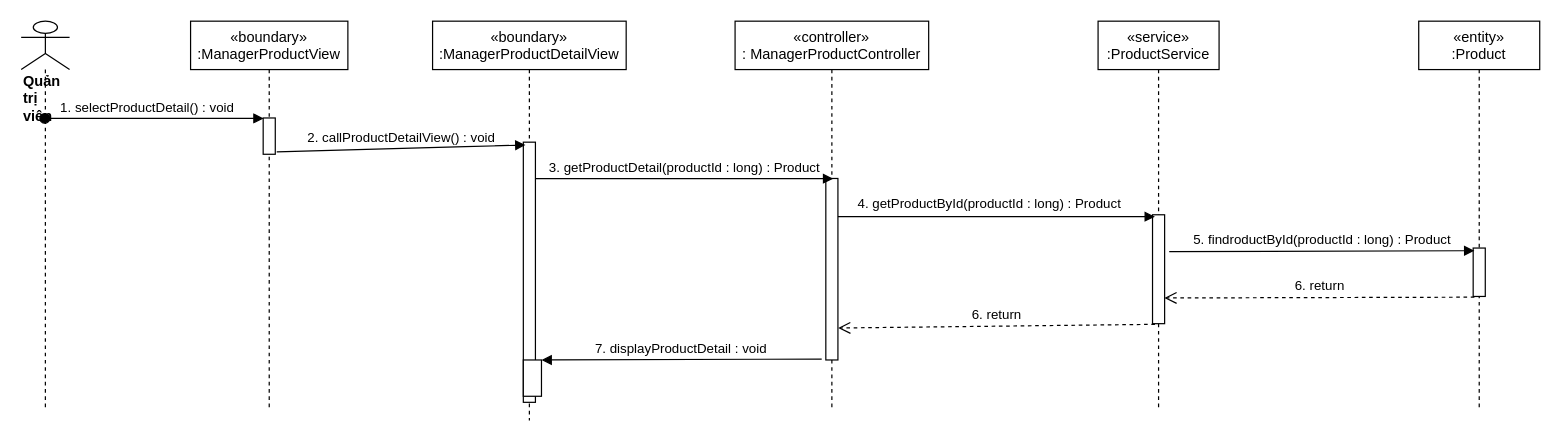
nguyenphamvan/datn_20202 keeps this draw.io diagram as sequence diagram/view-ProductDetail-manager-sequence.drawio. Above is the earlier version. Source tidied: cells renumbered, new cells numbered last; positions are measured from the earlier drawing's top-left corner, leaving out a move shared by most shapes. Both pictures are drawn from the tidied source at 121%, with x=0, y=0 at pixel (21, 21).
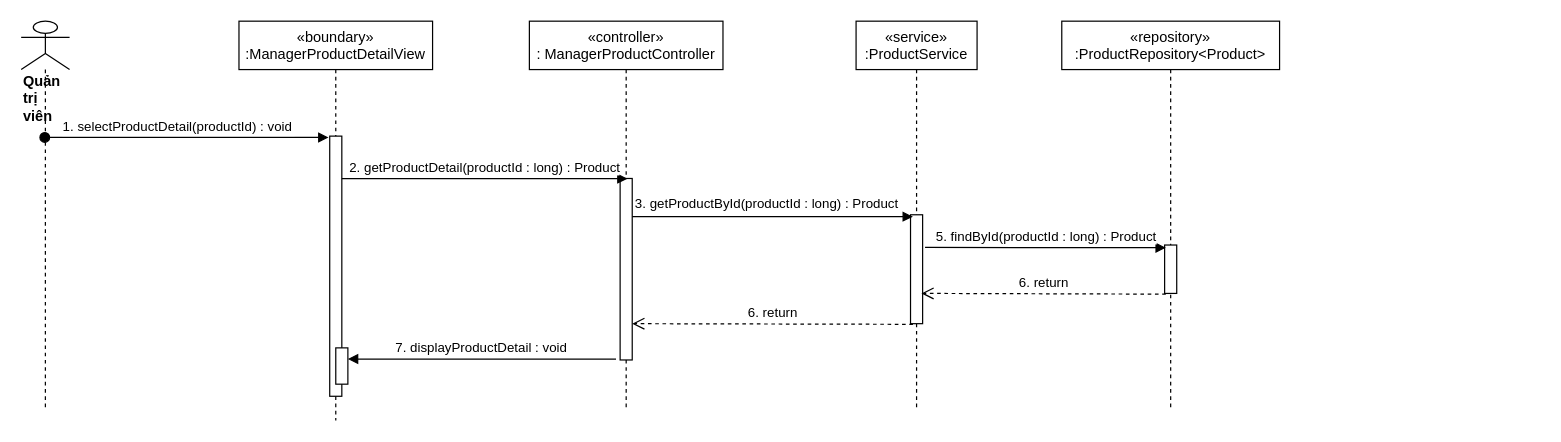
The same page after the edit.

The change refers to these unchanged cells:
```xml
<mxCell id="6" style="points=[];perimeter=orthogonalPerimeter;rounded=0;shadow=0;strokeWidth=1;" parent="5" vertex="1">
  <mxGeometry x="75" y="130" width="10" height="150" as="geometry" />
</mxCell>
<mxCell id="7" value="&lt;div&gt;&lt;b&gt;Quản trị viên&lt;/b&gt;&lt;/div&gt;" style="shape=umlLifeline;participant=umlActor;perimeter=lifelinePerimeter;whiteSpace=wrap;html=1;verticalAlign=top;spacingTop=36;outlineConnect=0;align=left;size=40;" parent="1" vertex="1">
  <mxGeometry width="40" height="320" as="geometry" />
</mxCell>
<mxCell id="10" style="points=[];perimeter=orthogonalPerimeter;rounded=0;shadow=0;strokeWidth=1;" parent="9" vertex="1">
  <mxGeometry x="45" y="160" width="10" height="90" as="geometry" />
</mxCell>
<mxCell id="12" style="html=1;verticalAlign=bottom;endArrow=block;entryX=0.2;entryY=0.017;entryDx=0;entryDy=0;entryPerimeter=0;" parent="1" edge="1" source="6" target="10">
  <mxGeometry relative="1" as="geometry" />
</mxCell>
```

What changed in the source:
```diff
@@
     <mxCell id="2" value="«boundary»&#10;:ManagerProductDetailView" style="shape=umlLifeline;perimeter=lifelinePerimeter;rounded=0;shadow=0;strokeWidth=1;" parent="1" vertex="1">
-      <mxGeometry x="340" width="160" height="330" as="geometry" />
+      <mxGeometry x="180" width="160" height="330" as="geometry" />
     </mxCell>
     <mxCell id="3" style="points=[];perimeter=orthogonalPerimeter;rounded=0;shadow=0;strokeWidth=1;" parent="2" vertex="1">
-      <mxGeometry x="75" y="100" width="10" height="215" as="geometry" />
+      <mxGeometry x="75" y="95" width="10" height="215" as="geometry" />
     </mxCell>
     <mxCell id="4" style="html=1;points=[];perimeter=orthogonalPerimeter;" parent="2" vertex="1">
-      <mxGeometry x="75" y="280" width="15" height="30" as="geometry" />
+      <mxGeometry x="80" y="270" width="10" height="30" as="geometry" />
     </mxCell>
     <mxCell id="5" value="«controller»&#10;: ManagerProductController" style="shape=umlLifeline;perimeter=lifelinePerimeter;rounded=0;shadow=0;strokeWidth=1;" parent="1" vertex="1">
-      <mxGeometry x="590" width="160" height="320" as="geometry" />
+      <mxGeometry x="420" width="160" height="320" as="geometry" />
     </mxCell>
@@
-    <mxCell id="8" value="1. selectProductDetail() : void" style="verticalAlign=bottom;startArrow=oval;endArrow=block;startSize=8;shadow=0;strokeWidth=1;entryX=0.04;entryY=0.012;entryDx=0;entryDy=0;entryPerimeter=0;" parent="1" edge="1" source="7" target="21">
+    <mxCell id="8" value="1. selectProductDetail(productId) : void" style="verticalAlign=bottom;startArrow=oval;endArrow=block;startSize=8;shadow=0;strokeWidth=1;entryX=-0.1;entryY=0.005;entryDx=0;entryDy=0;entryPerimeter=0;" parent="1" edge="1" source="7" target="3">
       <mxGeometry x="-0.06" relative="1" as="geometry" />
     </mxCell>
     <mxCell id="9" value="«service»&#10;:ProductService" style="shape=umlLifeline;perimeter=lifelinePerimeter;rounded=0;shadow=0;strokeWidth=1;" parent="1" vertex="1">
-      <mxGeometry x="890" width="100" height="320" as="geometry" />
+      <mxGeometry x="690" width="100" height="320" as="geometry" />
     </mxCell>
@@
-    <mxCell id="11" value="3. getProductDetail(productId : long) : Product" style="html=1;verticalAlign=bottom;endArrow=block;entryX=0.617;entryY=0.001;entryDx=0;entryDy=0;entryPerimeter=0;" parent="1" edge="1" source="3" target="6">
+    <mxCell id="11" value="2. getProductDetail(productId : long) : Product" style="html=1;verticalAlign=bottom;endArrow=block;entryX=0.617;entryY=0.001;entryDx=0;entryDy=0;entryPerimeter=0;" parent="1" edge="1" source="3" target="6">
       <mxGeometry relative="1" as="geometry" />
     </mxCell>
@@
-    <mxCell id="13" value="4. getProductById(productId : long) : Product" style="edgeLabel;html=1;align=center;verticalAlign=middle;" parent="12" vertex="1">
+    <mxCell id="13" value="3. getProductById(productId : long) : Product" style="edgeLabel;html=1;align=center;verticalAlign=middle;" parent="12" vertex="1">
       <mxGeometry x="-0.08" y="4" relative="1" as="geometry">
         <mxPoint x="3" y="-7" as="offset" />
       </mxGeometry>
     </mxCell>
-    <mxCell id="14" value="6. return" style="html=1;verticalAlign=bottom;endArrow=open;dashed=1;endSize=8;exitX=0.2;exitY=1.006;exitDx=0;exitDy=0;exitPerimeter=0;entryX=1.02;entryY=0.824;entryDx=0;entryDy=0;entryPerimeter=0;" parent="1" edge="1" source="10" target="6">
-      <mxGeometry relative="1" as="geometry" />
+    <mxCell id="14" value="6. return" style="html=1;verticalAlign=bottom;endArrow=open;dashed=1;endSize=8;exitX=0.2;exitY=1.006;exitDx=0;exitDy=0;exitPerimeter=0;" parent="1" edge="1" source="10">
+      <mxGeometry relative="1" as="geometry">
+        <mxPoint x="505" y="250" as="targetPoint" />
+      </mxGeometry>
     </mxCell>
@@
-    <mxCell id="16" value="«entity»&#10;:Product" style="shape=umlLifeline;perimeter=lifelinePerimeter;rounded=0;shadow=0;strokeWidth=1;" parent="1" vertex="1">
-      <mxGeometry x="1155" width="100" height="320" as="geometry" />
+    <mxCell id="16" value="«repository»&#10;:ProductRepository&lt;Product&gt;" style="shape=umlLifeline;perimeter=lifelinePerimeter;rounded=0;shadow=0;strokeWidth=1;" parent="1" vertex="1">
+      <mxGeometry x="860" width="180" height="320" as="geometry" />
     </mxCell>
     <mxCell id="17" style="points=[];perimeter=orthogonalPerimeter;rounded=0;shadow=0;strokeWidth=1;" parent="16" vertex="1">
-      <mxGeometry x="45" y="187.5" width="10" height="40" as="geometry" />
+      <mxGeometry x="85" y="185" width="10" height="40" as="geometry" />
     </mxCell>
-    <mxCell id="18" value="5. findroductById(productId : long) : Product" style="html=1;verticalAlign=bottom;endArrow=block;entryX=0.1;entryY=0.055;entryDx=0;entryDy=0;entryPerimeter=0;exitX=1.38;exitY=0.338;exitDx=0;exitDy=0;exitPerimeter=0;" parent="1" edge="1" source="10" target="17">
+    <mxCell id="18" value="5. findById(productId : long) : Product" style="html=1;verticalAlign=bottom;endArrow=block;entryX=0.1;entryY=0.055;entryDx=0;entryDy=0;entryPerimeter=0;exitX=1.2;exitY=0.3;exitDx=0;exitDy=0;exitPerimeter=0;" parent="1" edge="1" source="10" target="17">
       <mxGeometry relative="1" as="geometry" />
     </mxCell>
-    <mxCell id="19" value="6. return" style="html=1;verticalAlign=bottom;endArrow=open;dashed=1;endSize=8;exitX=0.1;exitY=1.015;exitDx=0;exitDy=0;exitPerimeter=0;entryX=0.98;entryY=0.764;entryDx=0;entryDy=0;entryPerimeter=0;" parent="1" edge="1" source="17" target="10">
+    <mxCell id="19" value="6. return" style="html=1;verticalAlign=bottom;endArrow=open;dashed=1;endSize=8;exitX=0.1;exitY=1.015;exitDx=0;exitDy=0;exitPerimeter=0;entryX=0.9;entryY=0.722;entryDx=0;entryDy=0;entryPerimeter=0;" parent="1" edge="1" source="17" target="10">
       <mxGeometry relative="1" as="geometry" />
     </mxCell>
-    <mxCell id="20" value="«boundary»&#10;:ManagerProductView" style="shape=umlLifeline;perimeter=lifelinePerimeter;rounded=0;shadow=0;strokeWidth=1;" parent="1" vertex="1">
-      <mxGeometry x="140" width="130" height="320" as="geometry" />
-    </mxCell>
-    <mxCell id="21" style="points=[];perimeter=orthogonalPerimeter;rounded=0;shadow=0;strokeWidth=1;" parent="20" vertex="1">
-      <mxGeometry x="60" y="80" width="10" height="30" as="geometry" />
-    </mxCell>
-    <mxCell id="22" value="2. callProductDetailView() : void" style="html=1;verticalAlign=bottom;endArrow=block;exitX=1.12;exitY=0.933;exitDx=0;exitDy=0;exitPerimeter=0;entryX=0.18;entryY=0.011;entryDx=0;entryDy=0;entryPerimeter=0;" parent="1" edge="1" source="21" target="3">
-      <mxGeometry relative="1" as="geometry" />
-    </mxCell>
```
